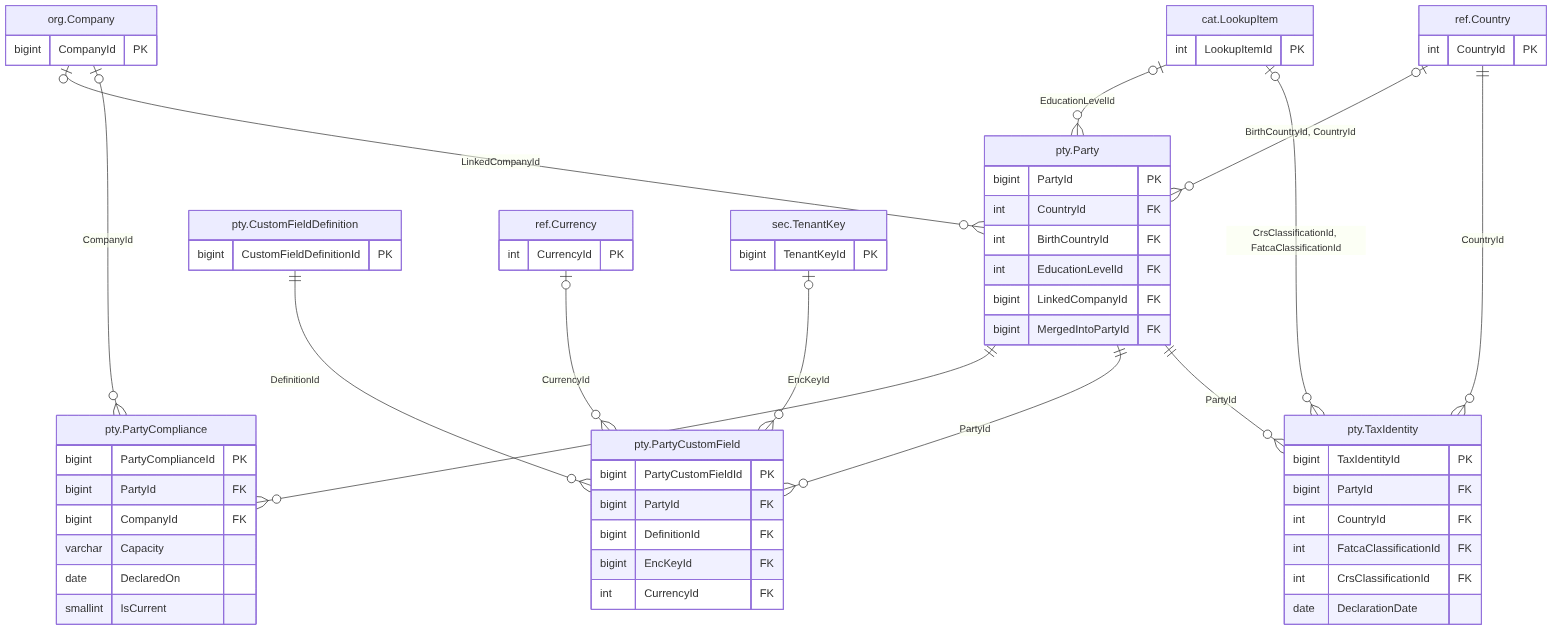
Above: treasury-platform/docs/diagrams/erd/m1_party_2.png in thawrasy/smartlines (Mermaid), before the change. Its source is kept beside it as treasury-platform/docs/diagrams/erd/m1_party_2.mmd. Its diagram source:
```mermaid
erDiagram
  pty_Party["pty.Party"] {
    bigint PartyId PK
    int CountryId FK
    int BirthCountryId FK
    int EducationLevelId FK
    bigint LinkedCompanyId FK
    bigint MergedIntoPartyId FK
  }
  pty_PartyCompliance["pty.PartyCompliance"] {
    bigint PartyComplianceId PK
    bigint PartyId FK
    bigint CompanyId FK
    varchar Capacity
    date DeclaredOn
    smallint IsCurrent
  }
  pty_PartyCustomField["pty.PartyCustomField"] {
    bigint PartyCustomFieldId PK
    bigint PartyId FK
    bigint DefinitionId FK
    bigint EncKeyId FK
    int CurrencyId FK
  }
  pty_TaxIdentity["pty.TaxIdentity"] {
    bigint TaxIdentityId PK
    bigint PartyId FK
    int CountryId FK
    int FatcaClassificationId FK
    int CrsClassificationId FK
    date DeclarationDate
  }
  cat_LookupItem["cat.LookupItem"] {
    int LookupItemId PK
  }
  org_Company["org.Company"] {
    bigint CompanyId PK
  }
  pty_CustomFieldDefinition["pty.CustomFieldDefinition"] {
    bigint CustomFieldDefinitionId PK
  }
  ref_Country["ref.Country"] {
    int CountryId PK
  }
  ref_Currency["ref.Currency"] {
    int CurrencyId PK
  }
  sec_TenantKey["sec.TenantKey"] {
    bigint TenantKeyId PK
  }
  cat_LookupItem |o--o{ pty_Party : "EducationLevelId"
  cat_LookupItem |o--o{ pty_TaxIdentity : "CrsClassificationId, FatcaClassificationId"
  org_Company |o--o{ pty_Party : "LinkedCompanyId"
  org_Company |o--o{ pty_PartyCompliance : "CompanyId"
  pty_CustomFieldDefinition ||--o{ pty_PartyCustomField : "DefinitionId"
  pty_Party ||--o{ pty_PartyCompliance : "PartyId"
  pty_Party ||--o{ pty_PartyCustomField : "PartyId"
  pty_Party ||--o{ pty_TaxIdentity : "PartyId"
  ref_Country |o--o{ pty_Party : "BirthCountryId, CountryId"
  ref_Country ||--o{ pty_TaxIdentity : "CountryId"
  ref_Currency |o--o{ pty_PartyCustomField : "CurrencyId"
  sec_TenantKey |o--o{ pty_PartyCustomField : "EncKeyId"
```
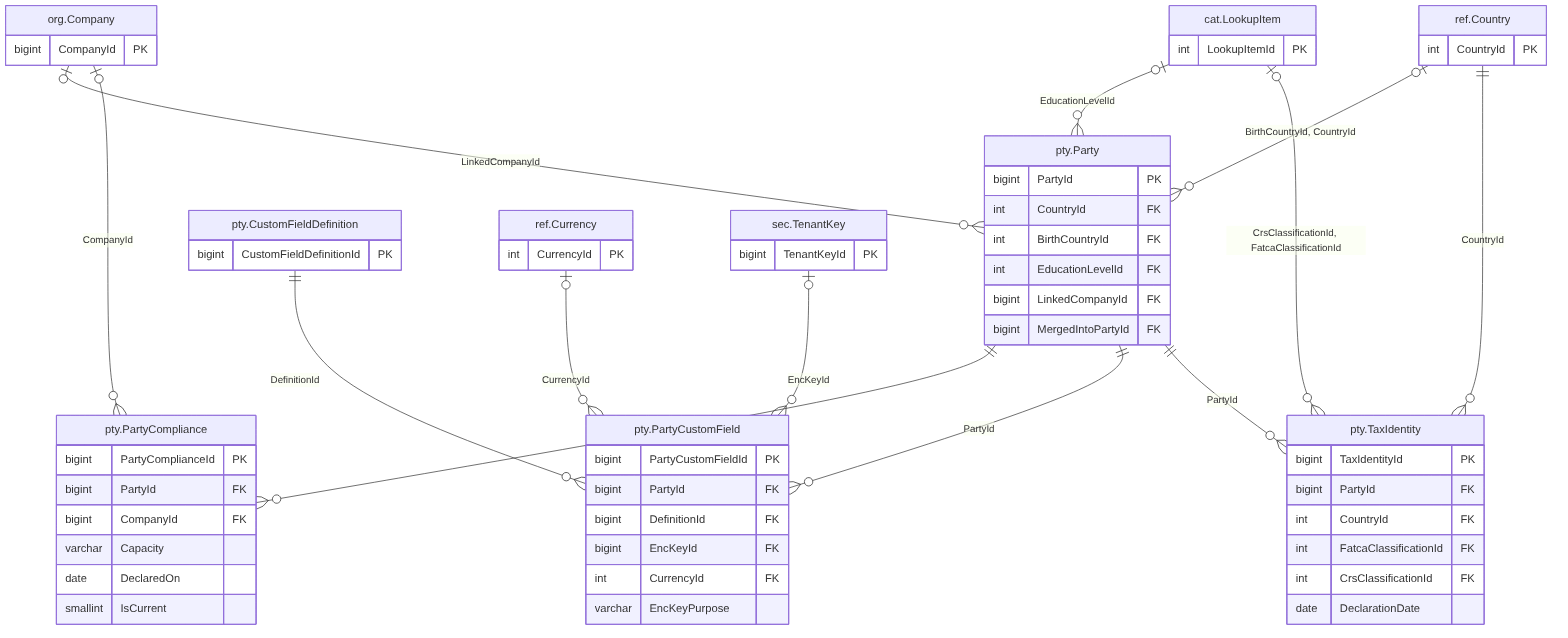
Later version of the same file.

What changed in the source:
```diff
@@ -21,6 +21,7 @@
     bigint DefinitionId FK
     bigint EncKeyId FK
     int CurrencyId FK
+    varchar EncKeyPurpose
   }
   pty_TaxIdentity["pty.TaxIdentity"] {
     bigint TaxIdentityId PK
```
